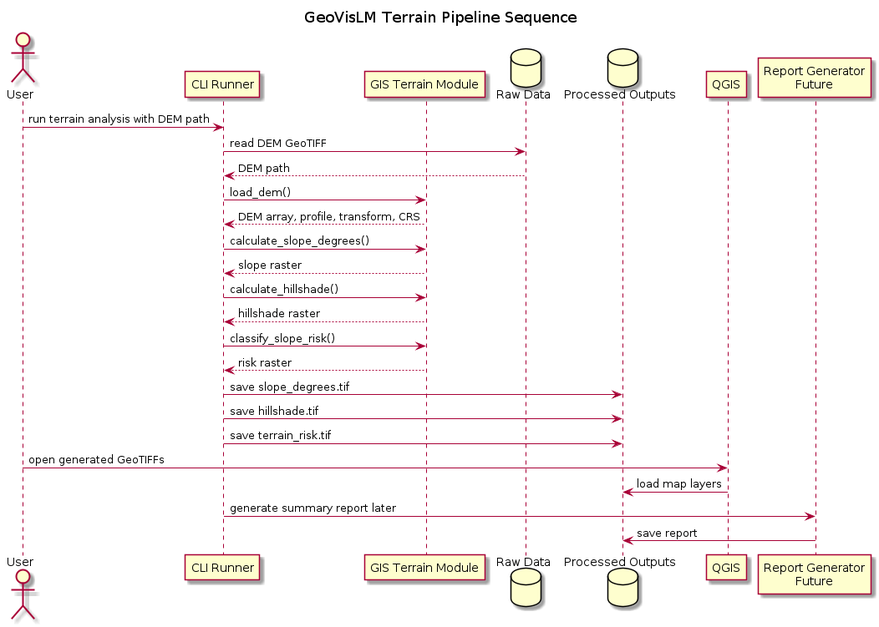
This is docs/diagrams/images/terrain_pipeline_sequence.png from Ryner88/GeoVisLM, a PlantUML export, as it was before one commit. Its source is kept beside it as docs/diagrams/plantuml/terrain_pipeline_sequence.puml.
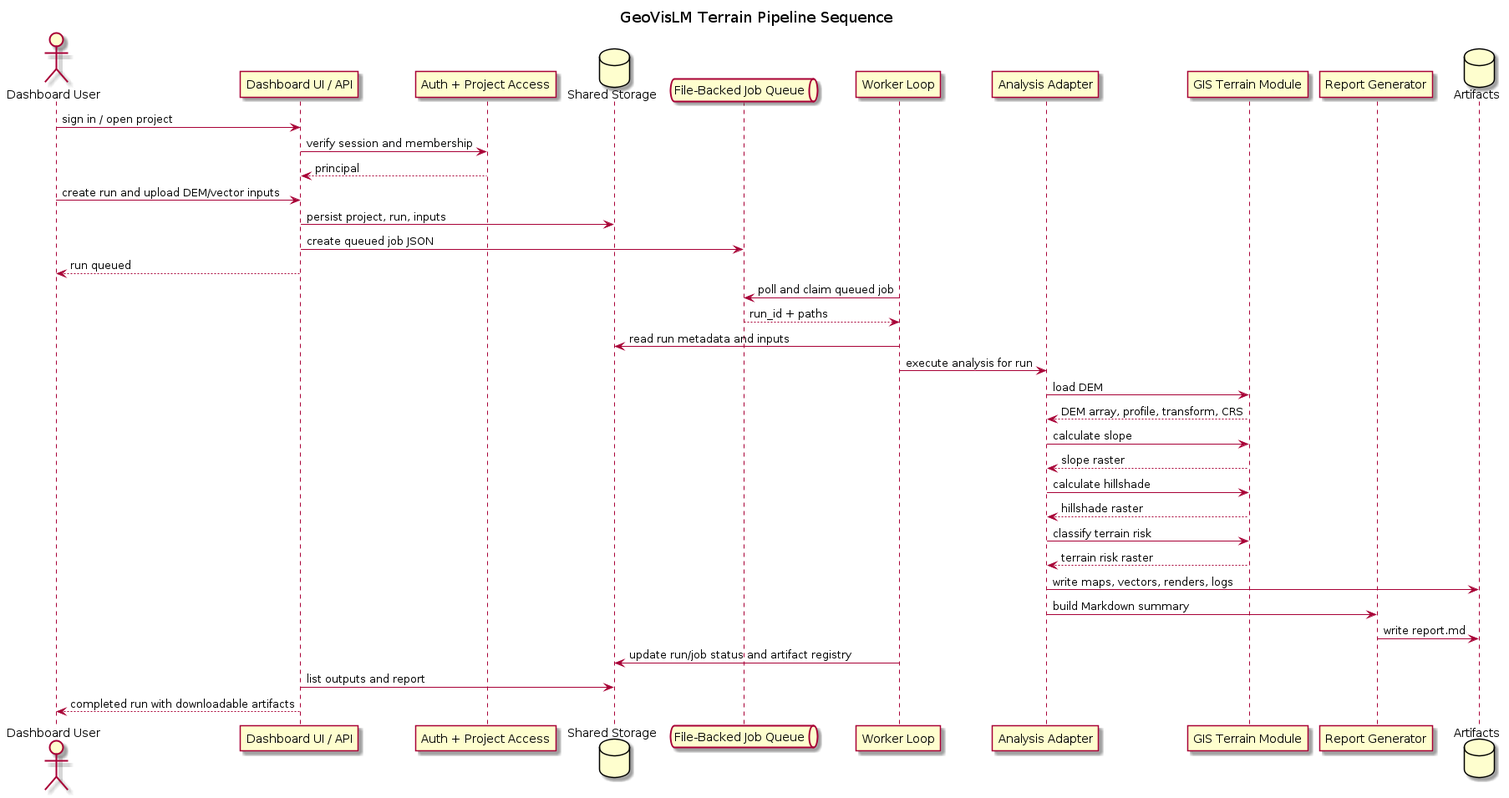
The same diagram one commit later.

Diff of the diagram source:
```diff
@@ -1,38 +1,46 @@
 @startuml
 title GeoVisLM Terrain Pipeline Sequence
 
-actor User
-participant "CLI Runner" as CLI
+actor "Dashboard User" as User
+participant "Dashboard UI / API" as Dashboard
+participant "Auth + Project Access" as Auth
+database "Shared Storage" as Storage
+queue "File-Backed Job Queue" as Jobs
+participant "Worker Loop" as Worker
+participant "Analysis Adapter" as Adapter
 participant "GIS Terrain Module" as Terrain
-database "Raw Data" as Raw
-database "Processed Outputs" as Outputs
-participant "QGIS" as QGIS
-participant "Report Generator\nFuture" as Reports
+participant "Report Generator" as Reports
+database "Artifacts" as Artifacts
 
-User -> CLI: run terrain analysis with DEM path
-CLI -> Raw: read DEM GeoTIFF
-Raw --> CLI: DEM path
+User -> Dashboard: sign in / open project
+Dashboard -> Auth: verify session and membership
+Auth --> Dashboard: principal
 
-CLI -> Terrain: load_dem()
-Terrain --> CLI: DEM array, profile, transform, CRS
+User -> Dashboard: create run and upload DEM/vector inputs
+Dashboard -> Storage: persist project, run, inputs
+Dashboard -> Jobs: create queued job JSON
+Dashboard --> User: run queued
 
-CLI -> Terrain: calculate_slope_degrees()
-Terrain --> CLI: slope raster
+Worker -> Jobs: poll and claim queued job
+Jobs --> Worker: run_id + paths
+Worker -> Storage: read run metadata and inputs
+Worker -> Adapter: execute analysis for run
 
-CLI -> Terrain: calculate_hillshade()
-Terrain --> CLI: hillshade raster
+Adapter -> Terrain: load DEM
+Terrain --> Adapter: DEM array, profile, transform, CRS
+Adapter -> Terrain: calculate slope
+Terrain --> Adapter: slope raster
+Adapter -> Terrain: calculate hillshade
+Terrain --> Adapter: hillshade raster
+Adapter -> Terrain: classify terrain risk
+Terrain --> Adapter: terrain risk raster
 
-CLI -> Terrain: classify_slope_risk()
-Terrain --> CLI: risk raster
+Adapter -> Artifacts: write maps, vectors, renders, logs
+Adapter -> Reports: build Markdown summary
+Reports -> Artifacts: write report.md
 
-CLI -> Outputs: save slope_degrees.tif
-CLI -> Outputs: save hillshade.tif
-CLI -> Outputs: save terrain_risk.tif
-
-User -> QGIS: open generated GeoTIFFs
-QGIS -> Outputs: load map layers
-
-CLI -> Reports: generate summary report later
-Reports -> Outputs: save report
+Worker -> Storage: update run/job status and artifact registry
+Dashboard -> Storage: list outputs and report
+Dashboard --> User: completed run with downloadable artifacts
 
 @enduml
```
